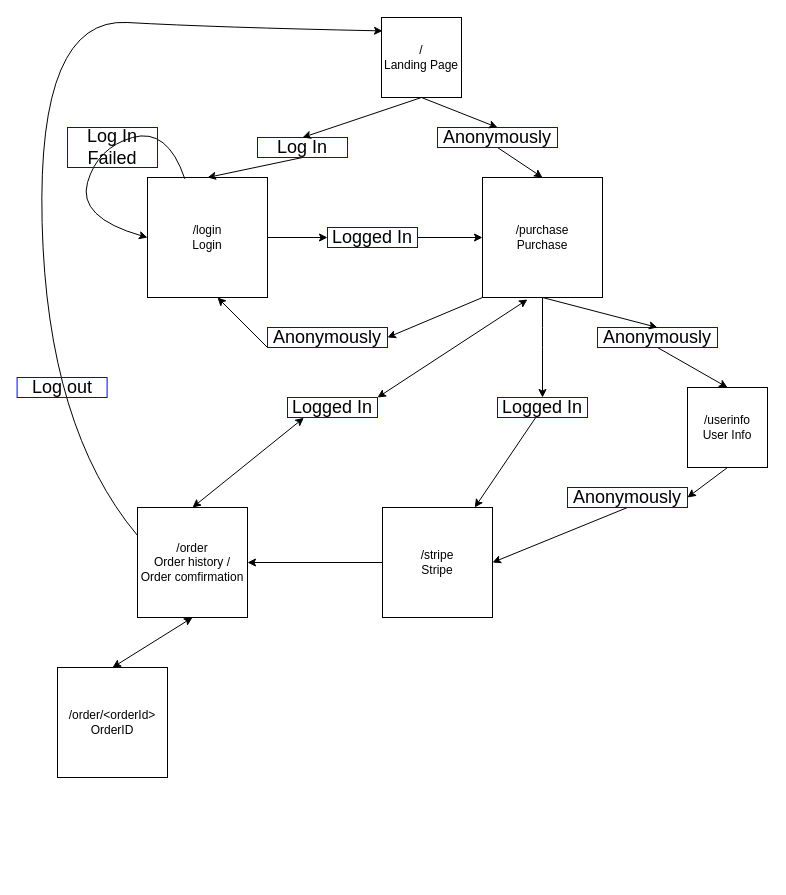
Before: Pages.drawio in unstad/Accelerate-case-vipps, a draw.io diagram. Source tidied: cells renumbered, new cells numbered last; positions are measured from the earlier drawing's top-left corner, leaving out a move shared by most shapes. Both pictures are drawn from the tidied source at 100%, with x=0, y=0 at pixel (17, 17).
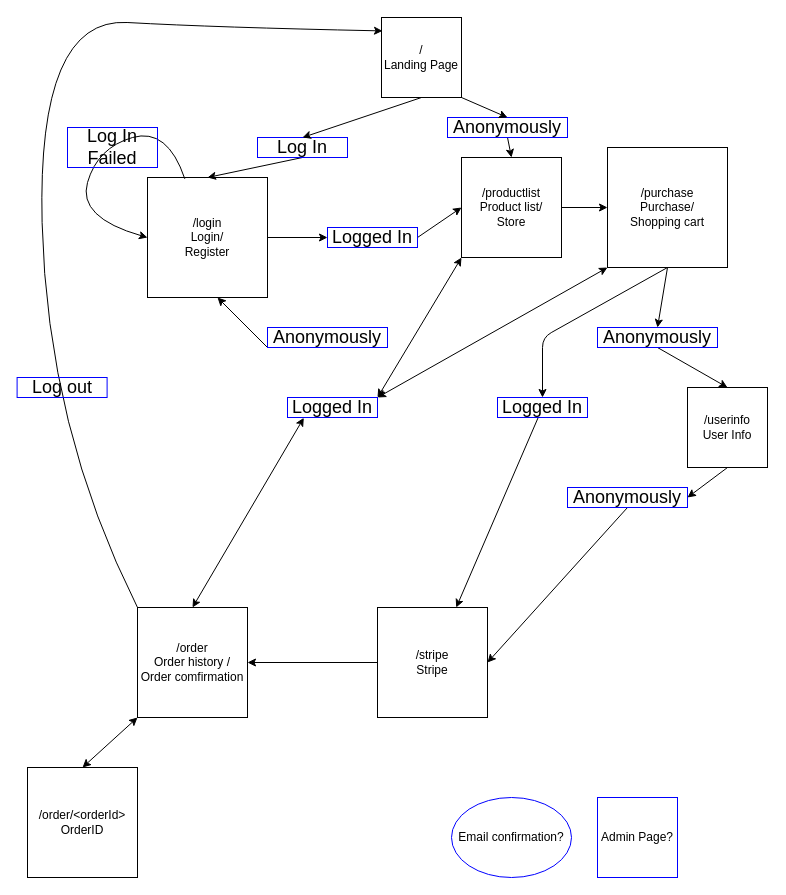
The same diagram, later.

The change refers to these unchanged cells:
```xml
<mxCell id="2" value="/&lt;br&gt;Landing Page" style="whiteSpace=wrap;html=1;" parent="1" vertex="1">
  <mxGeometry x="364" width="80" height="80" as="geometry" />
</mxCell>
<mxCell id="30" value="&lt;font style=&quot;font-size: 18px&quot;&gt;Logged In&lt;/font&gt;" style="text;html=1;strokeColor=#0000FF;fillColor=none;align=center;verticalAlign=middle;whiteSpace=wrap;rounded=0;" parent="1" vertex="1">
  <mxGeometry x="310" y="210" width="90" height="20" as="geometry" />
</mxCell>
<mxCell id="32" value="&lt;font style=&quot;font-size: 18px&quot;&gt;Logged In&lt;/font&gt;" style="text;html=1;strokeColor=#0000FF;fillColor=none;align=center;verticalAlign=middle;whiteSpace=wrap;rounded=0;" parent="1" vertex="1">
  <mxGeometry x="270" y="380" width="90" height="20" as="geometry" />
</mxCell>
<mxCell id="34" value="&lt;font style=&quot;font-size: 18px&quot;&gt;Anonymously&lt;/font&gt;" style="text;html=1;strokeColor=#0000FF;fillColor=none;align=center;verticalAlign=middle;whiteSpace=wrap;rounded=0;" parent="1" vertex="1">
  <mxGeometry x="250" y="310" width="120" height="20" as="geometry" />
</mxCell>
```

Change to the diagram source:
```diff
@@
-    <mxCell id="3" value="/login&lt;br&gt;Login" style="whiteSpace=wrap;html=1;" parent="1" vertex="1">
+    <mxCell id="3" value="/login&lt;br&gt;Login/&lt;br&gt;Register" style="whiteSpace=wrap;html=1;" parent="1" vertex="1">
       <mxGeometry x="130" y="160" width="120" height="120" as="geometry" />
     </mxCell>
-    <mxCell id="4" value="/purchase&lt;br&gt;Purchase" style="whiteSpace=wrap;html=1;" parent="1" vertex="1">
-      <mxGeometry x="465" y="160" width="120" height="120" as="geometry" />
+    <mxCell id="4" value="/purchase&lt;br&gt;Purchase/&lt;br&gt;Shopping cart" style="whiteSpace=wrap;html=1;" parent="1" vertex="1">
+      <mxGeometry x="590" y="130" width="120" height="120" as="geometry" />
     </mxCell>
@@
-    <mxCell id="6" style="endArrow=classic;html=1;exitX=1;exitY=0.5;exitDx=0;exitDy=0;entryX=0;entryY=0.5;entryDx=0;entryDy=0;" parent="1" edge="1" source="30" target="4">
+    <mxCell id="6" style="endArrow=classic;html=1;exitX=1;exitY=0.5;exitDx=0;exitDy=0;entryX=0;entryY=0.5;entryDx=0;entryDy=0;" parent="1" edge="1" source="30" target="39">
       <mxGeometry relative="1" as="geometry" />
     </mxCell>
@@
     <mxCell id="8" value="/order&lt;br&gt;Order history /&lt;br&gt;Order comfirmation" style="whiteSpace=wrap;html=1;" parent="1" vertex="1">
-      <mxGeometry x="120" y="490" width="110" height="110" as="geometry" />
+      <mxGeometry x="120" y="590" width="110" height="110" as="geometry" />
     </mxCell>
     <mxCell id="9" value="/order/&amp;lt;orderId&amp;gt;&lt;br&gt;OrderID" style="whiteSpace=wrap;html=1;" parent="1" vertex="1">
-      <mxGeometry x="40" y="650" width="110" height="110" as="geometry" />
+      <mxGeometry x="10" y="750" width="110" height="110" as="geometry" />
     </mxCell>
@@
     <mxCell id="13" value="/stripe&lt;br&gt;Stripe" style="whiteSpace=wrap;html=1;" parent="1" vertex="1">
-      <mxGeometry x="365" y="490" width="110" height="110" as="geometry" />
+      <mxGeometry x="360" y="590" width="110" height="110" as="geometry" />
     </mxCell>
@@
-    <mxCell id="18" style="curved=1;endArrow=classic;html=1;exitX=0;exitY=0.25;exitDx=0;exitDy=0;entryX=0.017;entryY=0.167;entryDx=0;entryDy=0;entryPerimeter=0;" parent="1" edge="1">
+    <mxCell id="18" style="curved=1;endArrow=classic;html=1;entryX=0.017;entryY=0.167;entryDx=0;entryDy=0;entryPerimeter=0;" parent="1" edge="1">
       <mxGeometry relative="1" as="geometry">
-        <mxPoint x="119.6" y="517.5" as="sourcePoint" />
+        <mxPoint x="120" y="590" as="sourcePoint" />
         <mxPoint x="365" y="13.4" as="targetPoint" />
         <Array as="points">
           <mxPoint x="29.6" y="410" />
           <mxPoint x="19.6" />
           <mxPoint x="199.6" y="10" />
         </Array>
       </mxGeometry>
     </mxCell>
-    <mxCell id="19" style="endArrow=classic;html=1;exitX=0.5;exitY=1;exitDx=0;exitDy=0;entryX=0.5;entryY=0;entryDx=0;entryDy=0;" parent="1" edge="1" source="24" target="4">
+    <mxCell id="19" style="endArrow=classic;html=1;exitX=0.5;exitY=1;exitDx=0;exitDy=0;entryX=0.5;entryY=0;entryDx=0;entryDy=0;" parent="1" edge="1" source="24" target="39">
       <mxGeometry relative="1" as="geometry" />
     </mxCell>
@@
-    <mxCell id="22" style="endArrow=classic;startArrow=classic;html=1;exitX=1;exitY=0;exitDx=0;exitDy=0;" parent="1" edge="1" source="32">
-      <mxGeometry relative="1" as="geometry">
-        <mxPoint x="510" y="282" as="targetPoint" />
-      </mxGeometry>
+    <mxCell id="22" style="endArrow=classic;startArrow=classic;html=1;exitX=1;exitY=0;exitDx=0;exitDy=0;entryX=0;entryY=1;entryDx=0;entryDy=0;" parent="1" edge="1" source="32" target="4">
+      <mxGeometry relative="1" as="geometry" />
     </mxCell>
-    <mxCell id="23" style="endArrow=classic;startArrow=classic;html=1;exitX=0.5;exitY=0;exitDx=0;exitDy=0;" parent="1" edge="1" source="9">
-      <mxGeometry relative="1" as="geometry">
-        <mxPoint x="175" y="600" as="targetPoint" />
-      </mxGeometry>
+    <mxCell id="23" style="endArrow=classic;startArrow=classic;html=1;exitX=0.5;exitY=0;exitDx=0;exitDy=0;entryX=0;entryY=1;entryDx=0;entryDy=0;" parent="1" edge="1" source="9" target="8">
+      <mxGeometry relative="1" as="geometry" />
     </mxCell>
     <mxCell id="24" value="&lt;font style=&quot;font-size: 18px&quot;&gt;Anonymously&lt;/font&gt;" style="text;html=1;strokeColor=#0000FF;fillColor=none;align=center;verticalAlign=middle;whiteSpace=wrap;rounded=0;" parent="1" vertex="1">
-      <mxGeometry x="420" y="110" width="120" height="20" as="geometry" />
+      <mxGeometry x="430" y="100" width="120" height="20" as="geometry" />
     </mxCell>
-    <mxCell id="25" style="endArrow=classic;html=1;exitX=0.5;exitY=1;exitDx=0;exitDy=0;entryX=0.5;entryY=0;entryDx=0;entryDy=0;" parent="1" edge="1" source="2" target="24">
+    <mxCell id="25" style="endArrow=classic;html=1;exitX=1;exitY=1;exitDx=0;exitDy=0;entryX=0.5;entryY=0;entryDx=0;entryDy=0;" parent="1" edge="1" source="2" target="24">
       <mxGeometry relative="1" as="geometry" />
     </mxCell>
@@
-    <mxCell id="35" style="endArrow=classic;html=1;exitX=0;exitY=1;exitDx=0;exitDy=0;entryX=1;entryY=0.5;entryDx=0;entryDy=0;" parent="1" edge="1" source="4" target="34">
-      <mxGeometry relative="1" as="geometry" />
-    </mxCell>
@@
+    <mxCell id="39" value="/productlist&lt;br&gt;Product list/&lt;br&gt;Store" style="whiteSpace=wrap;html=1;" parent="1" vertex="1">
+      <mxGeometry x="444" y="140" width="100" height="100" as="geometry" />
+    </mxCell>
+    <mxCell id="40" style="endArrow=classic;html=1;exitX=1;exitY=0.5;exitDx=0;exitDy=0;entryX=0;entryY=0.5;entryDx=0;entryDy=0;" parent="1" edge="1" source="39" target="4">
+      <mxGeometry relative="1" as="geometry" />
+    </mxCell>
+    <mxCell id="41" style="endArrow=classic;startArrow=classic;html=1;exitX=1;exitY=0;exitDx=0;exitDy=0;entryX=0;entryY=1;entryDx=0;entryDy=0;" parent="1" edge="1" source="32" target="39">
+      <mxGeometry relative="1" as="geometry" />
+    </mxCell>
+    <mxCell id="42" value="Admin Page?" style="whiteSpace=wrap;html=1;strokeColor=#0000FF;" parent="1" vertex="1">
+      <mxGeometry x="580" y="780" width="80" height="80" as="geometry" />
+    </mxCell>
+    <mxCell id="43" value="Email confirmation?" style="ellipse;whiteSpace=wrap;html=1;strokeColor=#0000FF;" parent="1" vertex="1">
+      <mxGeometry x="434" y="780" width="120" height="80" as="geometry" />
+    </mxCell>
```
